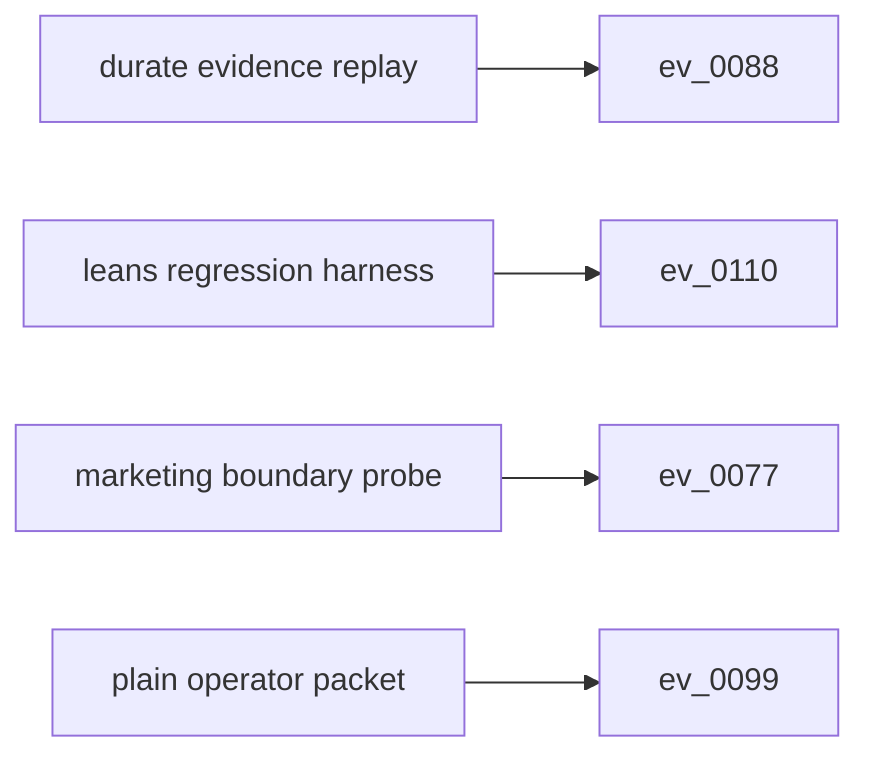
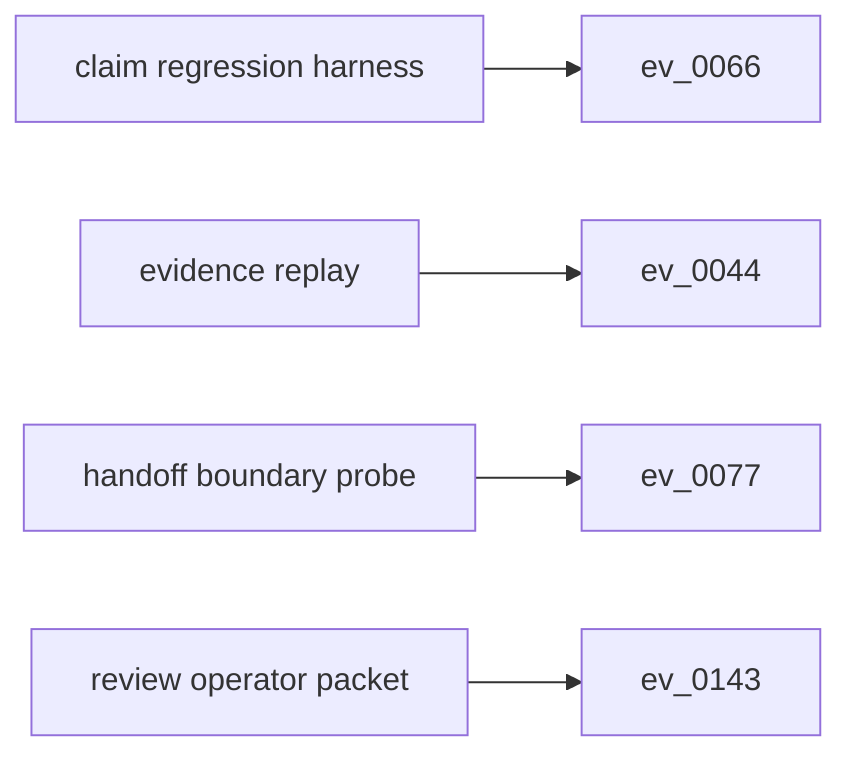
flowchart LR
-   s0["durate evidence replay"]
-   e0["ev_0088"]
+   s0["claim regression harness"]
+   e0["ev_0066"]
  s0 --> e0
-   s1["leans regression harness"]
-   e1["ev_0110"]
+   s1["evidence replay"]
+   e1["ev_0044"]
  s1 --> e1
-   s2["marketing boundary probe"]
+   s2["handoff boundary probe"]
  e2["ev_0077"]
  s2 --> e2
-   s3["plain operator packet"]
-   e3["ev_0099"]
+   s3["review operator packet"]
+   e3["ev_0143"]
  s3 --> e3
